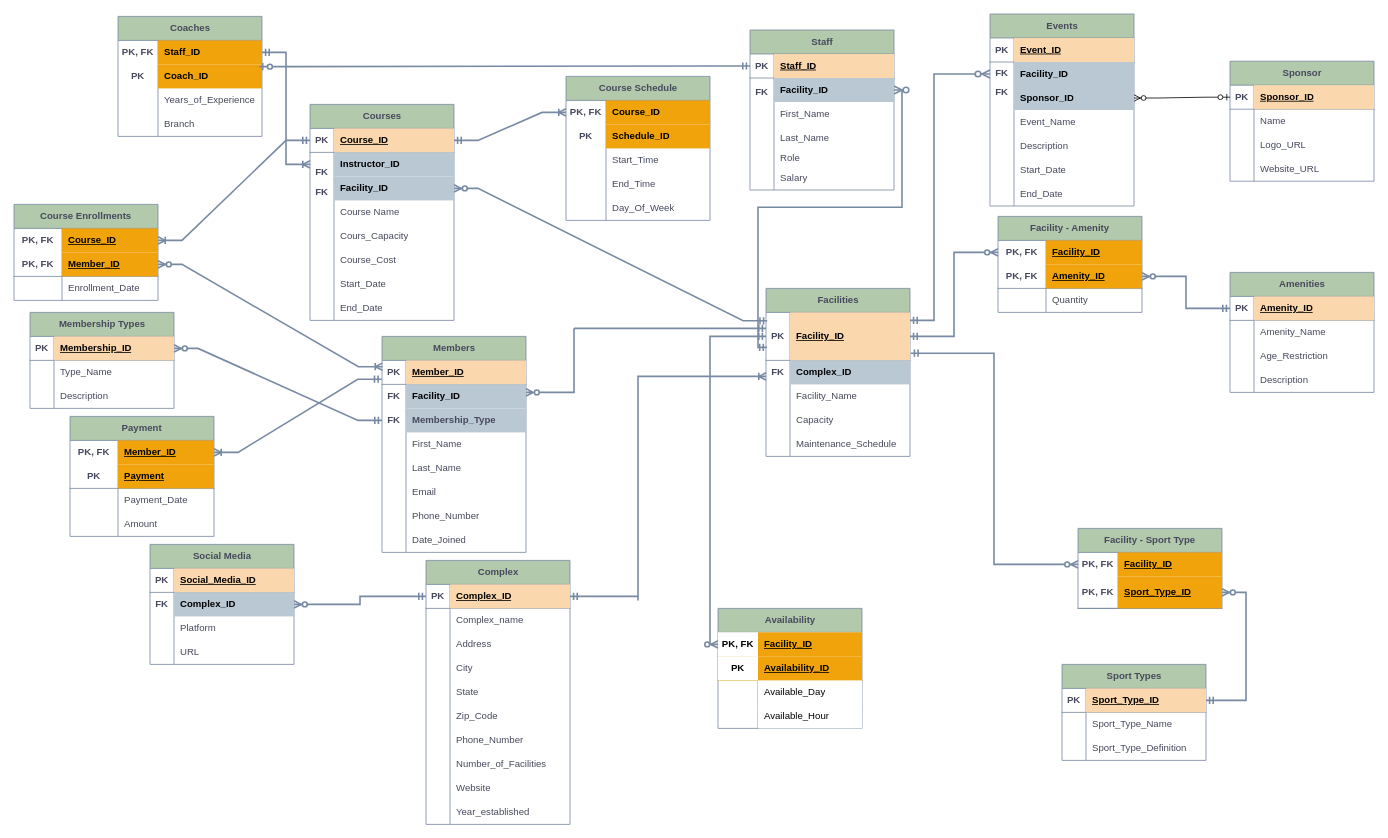
PloKoon68/Sport-Complexes-Management-System-Database keeps this draw.io diagram as cardinality/cardinality.drawio. Above is the earlier version. Source tidied: cells renumbered, new cells numbered last; positions are measured from the earlier drawing's top-left corner, leaving out a move shared by most shapes. Both pictures are drawn from the tidied source at 80%, with x=0, y=0 at pixel (14, 14).
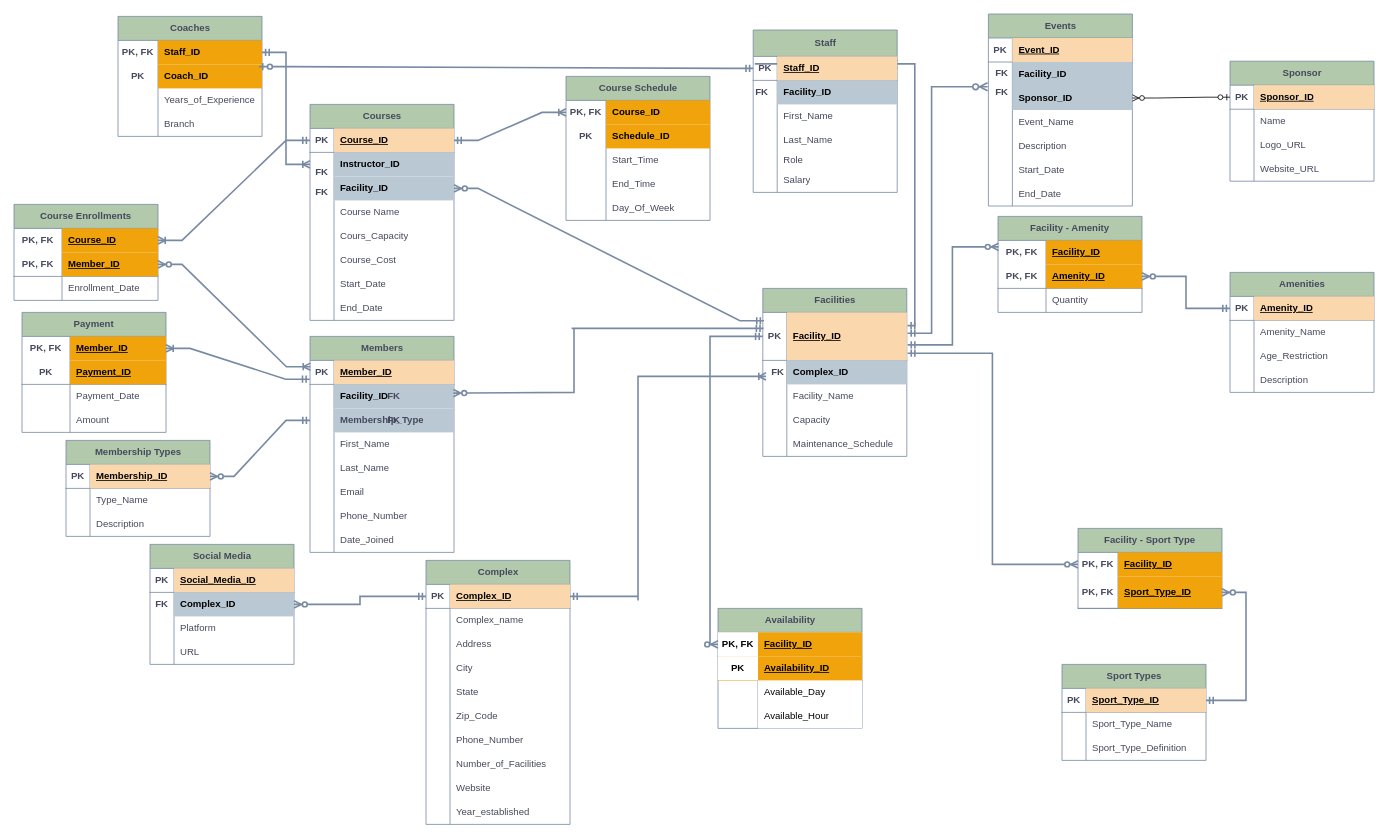
After the change.

The change refers to these unchanged cells:
```xml
<mxCell id="82" style="shape=tableRow;horizontal=0;startSize=0;swimlaneHead=0;swimlaneBody=0;fillColor=none;points=[[0,0.5],[1,0.5]];portConstraint=eastwest;top=0;left=0;right=0;bottom=1;labelBackgroundColor=none;strokeColor=#788AA3;fontColor=#46495D;" parent="81" vertex="1">
  <mxGeometry y="30" width="180" height="60" as="geometry" />
</mxCell>
<mxCell id="102" style="shape=tableRow;horizontal=0;startSize=0;swimlaneHead=0;swimlaneBody=0;fillColor=none;points=[[0,0.5],[1,0.5]];portConstraint=eastwest;top=0;left=0;right=0;bottom=0;strokeColor=#788AA3;fontColor=#46495D;labelBackgroundColor=none;" parent="98" vertex="1">
  <mxGeometry y="60" width="180" height="30" as="geometry" />
</mxCell>
<mxCell id="125" style="shape=tableRow;horizontal=0;startSize=0;swimlaneHead=0;swimlaneBody=0;fillColor=none;points=[[0,0.5],[1,0.5]];portConstraint=eastwest;top=0;left=0;right=0;bottom=0;html=1;strokeColor=#788AA3;fontColor=#46495D;labelBackgroundColor=none;" parent="124" vertex="1">
  <mxGeometry y="30" width="180" height="30" as="geometry" />
</mxCell>
<mxCell id="174" style="shape=tableRow;horizontal=0;startSize=0;swimlaneHead=0;swimlaneBody=0;fillColor=none;points=[[0,0.5],[1,0.5]];portConstraint=eastwest;top=0;left=0;right=0;bottom=0;strokeColor=#788AA3;fontColor=#46495D;labelBackgroundColor=none;" parent="170" vertex="1">
  <mxGeometry y="60" width="180" height="30" as="geometry" />
</mxCell>
<mxCell id="303" style="shape=tableRow;horizontal=0;startSize=0;swimlaneHead=0;swimlaneBody=0;fillColor=none;top=0;left=0;right=0;bottom=1;html=1;strokeColor=#788AA3;fontColor=#46495D;labelBackgroundColor=none;" parent="299" vertex="1">
  <mxGeometry y="60" width="180" height="30" as="geometry" />
</mxCell>
```

What changed in the source:
```diff
@@
-    <mxCell id="79" style="edgeStyle=orthogonalEdgeStyle;fontSize=12;html=1;endArrow=ERzeroToMany;startArrow=ERmandOne;rounded=0;labelBackgroundColor=none;strokeColor=#788AA3;fontColor=default;exitX=0.006;exitY=0.728;exitDx=0;exitDy=0;exitPerimeter=0;endSize=7;strokeWidth=2;" parent="1" edge="1" source="82" target="140">
+    <mxCell id="79" style="edgeStyle=orthogonalEdgeStyle;fontSize=12;html=1;endArrow=ERzeroToMany;startArrow=ERmandOne;rounded=0;labelBackgroundColor=none;strokeColor=#788AA3;fontColor=default;endSize=7;strokeWidth=2;entryX=1.002;entryY=0.314;entryDx=0;entryDy=0;entryPerimeter=0;exitX=1.005;exitY=0.275;exitDx=0;exitDy=0;exitPerimeter=0;" parent="1" edge="1" source="82" target="137">
       <mxGeometry relative="1" as="geometry" />
     </mxCell>
@@
     <mxCell id="81" value="Facilities" style="shape=table;startSize=30;childLayout=tableLayout;rowLines=0;fontStyle=1;align=center;html=1;labelBackgroundColor=none;fillColor=#B2C9AB;strokeColor=#788AA3;fontColor=#46495D;" parent="1" vertex="1">
-      <mxGeometry x="940" y="343" width="180" height="210" as="geometry" />
+      <mxGeometry x="936" y="343" width="180" height="210" as="geometry" />
     </mxCell>
@@
     <mxCell id="98" value="Members" style="shape=table;startSize=30;childLayout=tableLayout;rowLines=0;fontStyle=1;align=center;html=1;strokeColor=#788AA3;fontColor=#46495D;fillColor=#B2C9AB;labelBackgroundColor=none;" parent="1" vertex="1">
-      <mxGeometry x="460" y="403" width="180" height="270" as="geometry" />
+      <mxGeometry x="370" y="403" width="180" height="270" as="geometry" />
     </mxCell>
@@
-    <mxCell id="135" style="edgeStyle=orthogonalEdgeStyle;fontSize=12;html=1;endArrow=ERzeroToMany;startArrow=ERmandOne;rounded=0;labelBackgroundColor=none;strokeColor=#788AA3;fontColor=default;strokeWidth=2;" parent="1" edge="1" source="82" target="125">
+    <mxCell id="135" style="edgeStyle=orthogonalEdgeStyle;fontSize=12;html=1;endArrow=ERzeroToMany;startArrow=ERmandOne;rounded=0;labelBackgroundColor=none;strokeColor=#788AA3;fontColor=default;strokeWidth=2;entryX=0.004;entryY=0.269;entryDx=0;entryDy=0;entryPerimeter=0;exitX=1.006;exitY=0.676;exitDx=0;exitDy=0;exitPerimeter=0;" parent="1" edge="1" source="82" target="125">
       <mxGeometry relative="1" as="geometry" />
     </mxCell>
-    <mxCell id="136" value="Staff" style="shape=table;startSize=30;childLayout=tableLayout;rowLines=0;fontStyle=1;align=center;html=1;strokeColor=#788AA3;fontColor=#46495D;fillColor=#B2C9AB;labelBackgroundColor=none;" parent="1" vertex="1">
-      <mxGeometry x="920" y="20" width="180" height="200" as="geometry" />
+    <mxCell id="136" value="Staff" style="shape=table;startSize=33;childLayout=tableLayout;rowLines=0;fontStyle=1;align=center;html=1;strokeColor=#788AA3;fontColor=#46495D;fillColor=#B2C9AB;labelBackgroundColor=none;" parent="1" vertex="1">
+      <mxGeometry x="924" y="20" width="180" height="203" as="geometry" />
     </mxCell>
     <mxCell id="137" style="shape=tableRow;horizontal=0;startSize=0;swimlaneHead=0;swimlaneBody=0;fillColor=none;points=[[0,0.5],[1,0.5]];portConstraint=eastwest;top=0;left=0;right=0;bottom=1;strokeColor=#788AA3;fontColor=#46495D;labelBackgroundColor=none;" parent="136" vertex="1">
-      <mxGeometry y="30" width="180" height="30" as="geometry" />
+      <mxGeometry y="33" width="180" height="30" as="geometry" />
     </mxCell>
@@
     <mxCell id="140" style="shape=tableRow;horizontal=0;startSize=0;swimlaneHead=0;swimlaneBody=0;fillColor=none;points=[[0,0.5],[1,0.5]];portConstraint=eastwest;top=0;left=0;right=0;bottom=0;strokeColor=#788AA3;fontColor=#46495D;labelBackgroundColor=none;" parent="136" vertex="1">
-      <mxGeometry y="60" width="180" height="30" as="geometry" />
+      <mxGeometry y="63" width="180" height="30" as="geometry" />
     </mxCell>
@@
     <mxCell id="143" style="shape=tableRow;horizontal=0;startSize=0;swimlaneHead=0;swimlaneBody=0;fillColor=none;top=0;left=0;right=0;bottom=0;strokeColor=#788AA3;fontColor=#46495D;labelBackgroundColor=none;" parent="136" vertex="1">
-      <mxGeometry y="90" width="180" height="30" as="geometry" />
+      <mxGeometry y="93" width="180" height="30" as="geometry" />
     </mxCell>
@@
     <mxCell id="146" style="shape=tableRow;horizontal=0;startSize=0;swimlaneHead=0;swimlaneBody=0;fillColor=none;top=0;left=0;right=0;bottom=0;strokeColor=#788AA3;fontColor=#46495D;labelBackgroundColor=none;" parent="136" vertex="1">
-      <mxGeometry y="120" width="180" height="30" as="geometry" />
+      <mxGeometry y="123" width="180" height="30" as="geometry" />
     </mxCell>
@@
     <mxCell id="149" style="shape=tableRow;horizontal=0;startSize=0;swimlaneHead=0;swimlaneBody=0;fillColor=none;top=0;left=0;right=0;bottom=0;strokeColor=#788AA3;fontColor=#46495D;labelBackgroundColor=none;" parent="136" vertex="1">
-      <mxGeometry y="150" width="180" height="20" as="geometry" />
+      <mxGeometry y="153" width="180" height="20" as="geometry" />
     </mxCell>
@@
     <mxCell id="152" style="shape=tableRow;horizontal=0;startSize=0;swimlaneHead=0;swimlaneBody=0;fillColor=none;top=0;left=0;right=0;bottom=0;strokeColor=#788AA3;fontColor=#46495D;labelBackgroundColor=none;" parent="136" vertex="1">
-      <mxGeometry y="170" width="180" height="30" as="geometry" />
+      <mxGeometry y="173" width="180" height="30" as="geometry" />
     </mxCell>
@@
     <mxCell id="170" value="Events" style="shape=table;startSize=30;childLayout=tableLayout;rowLines=0;fontStyle=1;align=center;html=1;strokeColor=#788AA3;fontColor=#46495D;fillColor=#B2C9AB;labelBackgroundColor=none;" parent="1" vertex="1">
-      <mxGeometry x="1220" width="180" height="240" as="geometry" />
+      <mxGeometry x="1218" width="180" height="240" as="geometry" />
     </mxCell>
@@
     <mxCell id="261" value="Membership Types" style="shape=table;startSize=30;childLayout=tableLayout;rowLines=0;fontStyle=1;align=center;html=1;labelBackgroundColor=none;fillColor=#B2C9AB;strokeColor=#788AA3;fontColor=#46495D;" parent="1" vertex="1">
-      <mxGeometry x="20" y="373" width="180" height="120" as="geometry" />
+      <mxGeometry x="65" y="533" width="180" height="120" as="geometry" />
     </mxCell>
@@
-    <mxCell id="273" style="endArrow=none;html=1;rounded=0;startArrow=ERzeroToMany;startFill=0;fillColor=#647687;strokeColor=#788AA3;strokeWidth=2;exitX=1;exitY=0.5;exitDx=0;exitDy=0;" parent="1" edge="1">
+    <mxCell id="273" style="endArrow=none;html=1;rounded=0;startArrow=ERzeroToMany;startFill=0;fillColor=#647687;strokeColor=#788AA3;strokeWidth=2;exitX=0.996;exitY=0.363;exitDx=0;exitDy=0;exitPerimeter=0;" parent="1" edge="1" source="102">
       <mxGeometry relative="1" as="geometry">
-        <mxPoint x="640" y="473" as="sourcePoint" />
         <mxPoint x="700" y="393" as="targetPoint" />
         <Array as="points">
           <mxPoint x="700" y="473" />
         </Array>
       </mxGeometry>
     </mxCell>
     <mxCell id="274" style="endArrow=none;html=1;rounded=0;startArrow=ERmandOne;startFill=0;fillColor=#647687;strokeColor=#788AA3;strokeWidth=2;exitX=0.006;exitY=0.321;exitDx=0;exitDy=0;exitPerimeter=0;" parent="1" edge="1">
       <mxGeometry relative="1" as="geometry">
-        <mxPoint x="940" y="393" as="sourcePoint" />
-        <mxPoint x="700" y="393" as="targetPoint" />
+        <mxPoint x="937" y="393" as="sourcePoint" />
+        <mxPoint x="697" y="393" as="targetPoint" />
       </mxGeometry>
     </mxCell>
@@
-    <mxCell id="277" style="edgeStyle=orthogonalEdgeStyle;fontSize=12;html=1;endArrow=ERzeroToMany;startArrow=ERmandOne;rounded=0;labelBackgroundColor=none;strokeColor=#788AA3;fontColor=default;endSize=7;strokeWidth=2;" parent="1" edge="1" target="174">
+    <mxCell id="277" style="edgeStyle=orthogonalEdgeStyle;fontSize=12;html=1;endArrow=ERzeroToMany;startArrow=ERmandOne;rounded=0;labelBackgroundColor=none;strokeColor=#788AA3;fontColor=default;endSize=7;strokeWidth=2;" parent="1" edge="1">
       <mxGeometry relative="1" as="geometry">
-        <mxPoint x="1120" y="383" as="sourcePoint" />
+        <mxPoint x="1117" y="399" as="sourcePoint" />
+        <mxPoint x="1217" y="91" as="targetPoint" />
         <Array as="points">
-          <mxPoint x="1150" y="383" />
-          <mxPoint x="1150" y="75" />
+          <mxPoint x="1147" y="399" />
+          <mxPoint x="1147" y="91" />
         </Array>
       </mxGeometry>
     </mxCell>
@@
     <mxCell id="299" value="Payment" style="shape=table;startSize=30;childLayout=tableLayout;rowLines=0;fontStyle=1;align=center;html=1;whiteSpace=wrap;strokeColor=#788AA3;fontColor=#46495D;fillColor=#B2C9AB;labelBackgroundColor=none;" parent="1" vertex="1">
-      <mxGeometry x="70" y="503" width="180" height="150" as="geometry" />
+      <mxGeometry x="10" y="373" width="180" height="150" as="geometry" />
     </mxCell>
@@
-    <mxCell id="305" value="Payment" style="shape=partialRectangle;fillColor=#f0a30a;top=0;left=0;bottom=0;right=0;align=left;spacingLeft=6;fontStyle=5;overflow=hidden;html=1;whiteSpace=wrap;strokeColor=#BD7000;labelBackgroundColor=none;fontColor=#000000;" parent="303" vertex="1">
+    <mxCell id="305" value="Payment_ID" style="shape=partialRectangle;fillColor=#f0a30a;top=0;left=0;bottom=0;right=0;align=left;spacingLeft=6;fontStyle=5;overflow=hidden;html=1;whiteSpace=wrap;strokeColor=#BD7000;labelBackgroundColor=none;fontColor=#000000;" parent="303" vertex="1">
       <mxGeometry x="60" width="120" height="30" as="geometry" />
     </mxCell>
```
